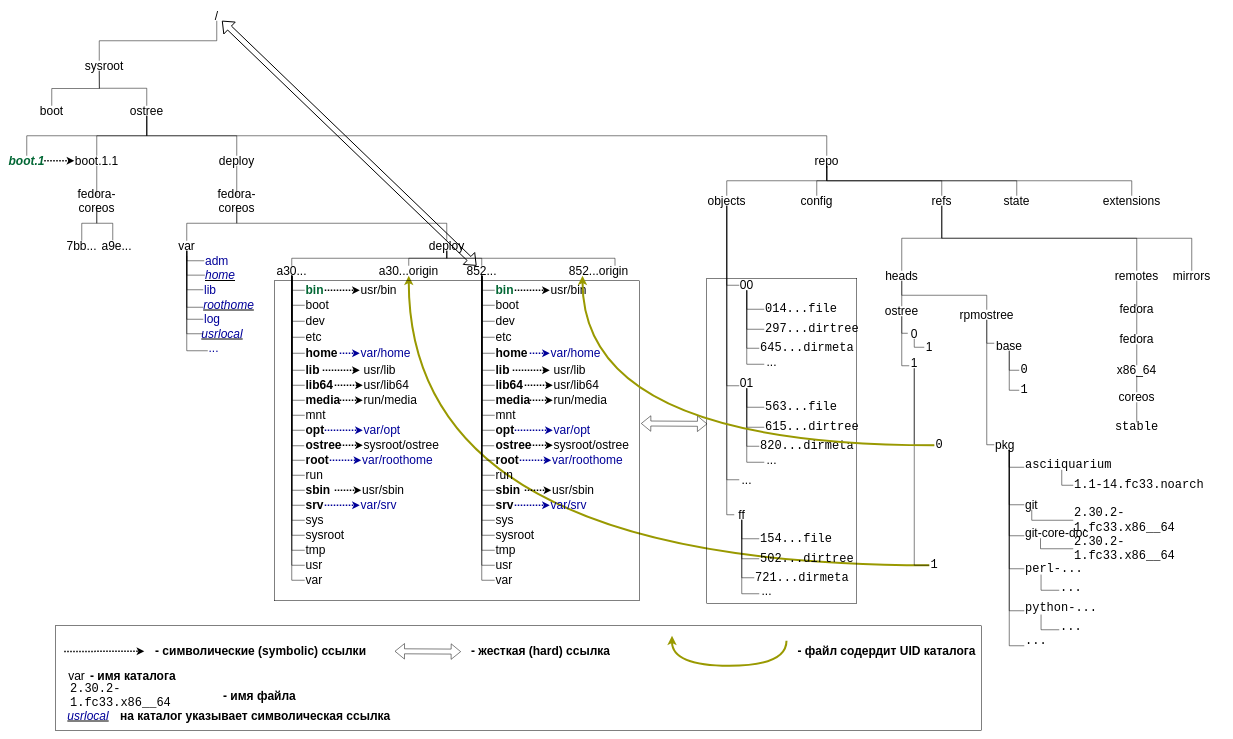
Above: Images/rootTree.drawio in kafnevod/ALT-CoreOs (draw.io), before the change. Source tidied: cells renumbered, new cells numbered last; positions are measured from the earlier drawing's top-left corner, leaving out a move shared by most shapes. Both pictures are drawn from the tidied source at 50%, with x=0, y=0 at pixel (9, 10).
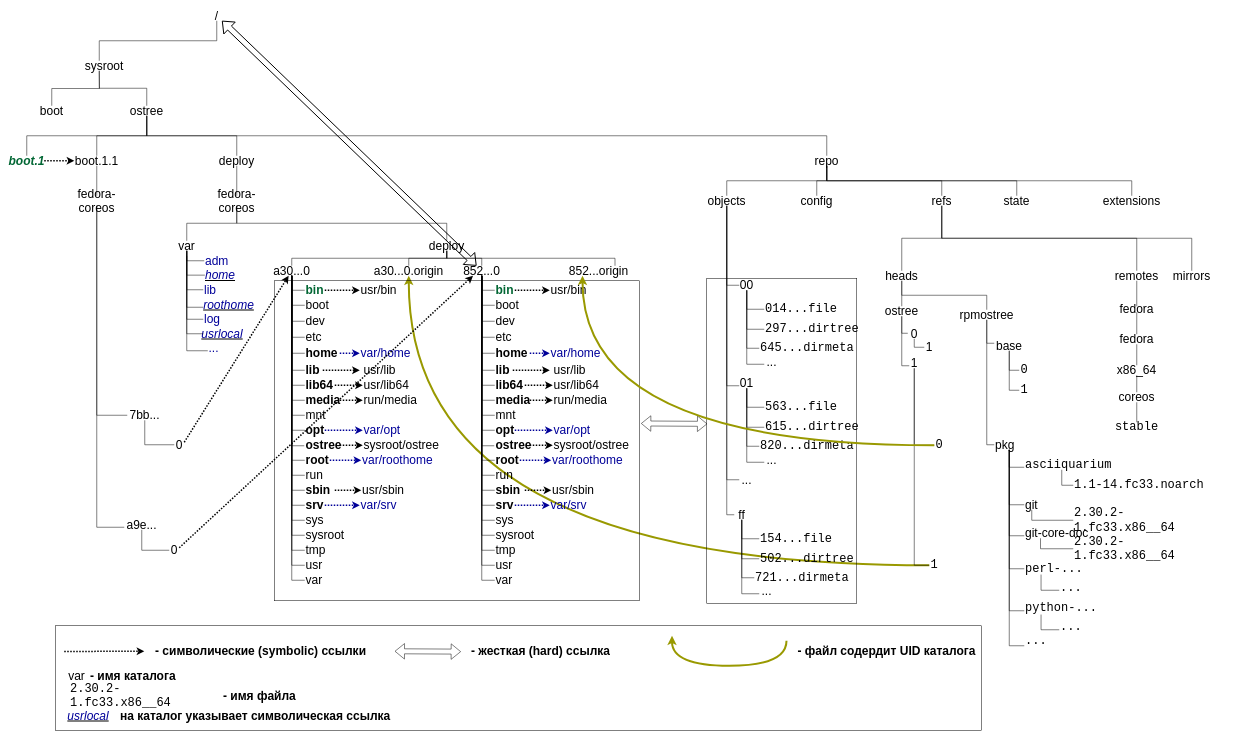
The same diagram, later.

Unchanged cells that the change refers to:
```xml
<mxCell id="17" value="&lt;font style=&quot;font-size: 24px&quot;&gt;fedora-coreos&lt;/font&gt;" style="text;html=1;strokeColor=none;fillColor=none;align=center;verticalAlign=middle;whiteSpace=wrap;rounded=0;" parent="1" vertex="1">
  <mxGeometry x="140" y="370" width="70" height="20" as="geometry" />
</mxCell>
```

Change to the diagram source:
```diff
@@
-    <mxCell id="19" value="&lt;font style=&quot;font-size: 24px&quot;&gt;7bb...&lt;/font&gt;" style="text;html=1;strokeColor=none;fillColor=none;align=center;verticalAlign=middle;whiteSpace=wrap;rounded=0;" parent="1" vertex="1">
-      <mxGeometry x="110" y="460" width="70" height="20" as="geometry" />
+    <mxCell id="19" value="&lt;font style=&quot;font-size: 24px&quot;&gt;7bb...&lt;/font&gt;" style="text;html=1;strokeColor=none;fillColor=none;align=center;verticalAlign=middle;whiteSpace=wrap;rounded=0;flipH=1;" parent="1" vertex="1">
+      <mxGeometry x="236" y="799" width="70" height="20" as="geometry" />
     </mxCell>
     <mxCell id="20" value="&lt;font style=&quot;font-size: 24px&quot;&gt;a9e...&lt;/font&gt;" style="text;html=1;strokeColor=none;fillColor=none;align=center;verticalAlign=middle;whiteSpace=wrap;rounded=0;" parent="1" vertex="1">
-      <mxGeometry x="180" y="460" width="70" height="20" as="geometry" />
+      <mxGeometry x="230" y="1018" width="70" height="20" as="geometry" />
     </mxCell>
-    <mxCell id="21" style="endArrow=none;html=1;shadow=0;strokeWidth=1;exitX=0.5;exitY=0;exitDx=0;exitDy=0;edgeStyle=orthogonalEdgeStyle;rounded=0;" parent="1" edge="1" source="19" target="17">
+    <mxCell id="21" style="endArrow=none;html=1;shadow=0;strokeWidth=1;exitX=0;exitY=0.5;exitDx=0;exitDy=0;edgeStyle=orthogonalEdgeStyle;rounded=0;" parent="1" edge="1" source="19" target="17">
       <mxGeometry relative="1" as="geometry" />
     </mxCell>
-    <mxCell id="22" style="endArrow=none;html=1;shadow=0;strokeWidth=1;exitX=0.386;exitY=-0.05;exitDx=0;exitDy=0;edgeStyle=orthogonalEdgeStyle;rounded=0;exitPerimeter=0;" parent="1" edge="1" source="20" target="17">
+    <mxCell id="22" style="endArrow=none;html=1;shadow=0;strokeWidth=1;exitX=0;exitY=0.75;exitDx=0;exitDy=0;edgeStyle=orthogonalEdgeStyle;rounded=0;" parent="1" edge="1" source="20" target="17">
       <mxGeometry relative="1" as="geometry" />
     </mxCell>
@@
-    <mxCell id="47" value="&lt;font style=&quot;font-size: 24px&quot;&gt;a30...&lt;/font&gt;" style="text;html=1;strokeColor=none;fillColor=none;align=center;verticalAlign=middle;whiteSpace=wrap;rounded=0;" parent="1" vertex="1">
+    <mxCell id="47" value="&lt;font style=&quot;font-size: 24px&quot;&gt;a30...0&lt;/font&gt;" style="text;html=1;strokeColor=none;fillColor=none;align=center;verticalAlign=middle;whiteSpace=wrap;rounded=0;" parent="1" vertex="1">
       <mxGeometry x="530" y="510" width="70" height="20" as="geometry" />
     </mxCell>
-    <mxCell id="48" value="&lt;font style=&quot;font-size: 24px&quot;&gt;a30...origin&lt;/font&gt;" style="text;html=1;strokeColor=none;fillColor=none;align=center;verticalAlign=middle;whiteSpace=wrap;rounded=0;" parent="1" vertex="1">
+    <mxCell id="48" value="&lt;font style=&quot;font-size: 24px&quot;&gt;a30...0.origin&lt;/font&gt;" style="text;html=1;strokeColor=none;fillColor=none;align=center;verticalAlign=middle;whiteSpace=wrap;rounded=0;" parent="1" vertex="1">
       <mxGeometry x="734" y="510" width="130" height="20" as="geometry" />
     </mxCell>
@@
-    <mxCell id="112" value="&lt;font style=&quot;font-size: 24px&quot;&gt;852...&lt;/font&gt;" style="text;html=1;strokeColor=none;fillColor=none;align=center;verticalAlign=middle;whiteSpace=wrap;rounded=0;" parent="1" vertex="1">
+    <mxCell id="112" value="&lt;font style=&quot;font-size: 24px&quot;&gt;852...0&lt;/font&gt;" style="text;html=1;strokeColor=none;fillColor=none;align=center;verticalAlign=middle;whiteSpace=wrap;rounded=0;" parent="1" vertex="1">
       <mxGeometry x="910" y="510" width="70" height="20" as="geometry" />
     </mxCell>
@@
+    <mxCell id="294" value="&lt;font style=&quot;font-size: 24px&quot;&gt;0&lt;/font&gt;" style="text;html=1;strokeColor=none;fillColor=none;align=center;verticalAlign=middle;whiteSpace=wrap;rounded=0;" parent="1" vertex="1">
+      <mxGeometry x="330" y="858" width="20" height="20" as="geometry" />
+    </mxCell>
+    <mxCell id="295" value="&lt;font style=&quot;font-size: 24px&quot;&gt;0&lt;/font&gt;" style="text;html=1;strokeColor=none;fillColor=none;align=center;verticalAlign=middle;whiteSpace=wrap;rounded=0;" parent="1" vertex="1">
+      <mxGeometry x="320" y="1069" width="20" height="20" as="geometry" />
+    </mxCell>
+    <mxCell id="296" style="endArrow=none;html=1;shadow=0;strokeColor=#000000;strokeWidth=1;exitX=0;exitY=0.5;exitDx=0;exitDy=0;edgeStyle=orthogonalEdgeStyle;rounded=0;" parent="1" edge="1" source="294" target="19">
+      <mxGeometry relative="1" as="geometry" />
+    </mxCell>
+    <mxCell id="297" style="endArrow=none;html=1;shadow=0;strokeColor=#000000;strokeWidth=1;entryX=0;entryY=0.5;entryDx=0;entryDy=0;edgeStyle=orthogonalEdgeStyle;rounded=0;" parent="1" edge="1" source="20" target="295">
+      <mxGeometry relative="1" as="geometry">
+        <Array as="points">
+          <mxPoint x="265" y="1079" />
+        </Array>
+      </mxGeometry>
+    </mxCell>
+    <mxCell id="298" style="endArrow=classic;html=1;exitX=1;exitY=0.25;exitDx=0;exitDy=0;shadow=0;dashed=1;dashPattern=1 1;strokeWidth=3;" parent="1" edge="1" source="294" target="47">
+      <mxGeometry relative="1" as="geometry" />
+    </mxCell>
+    <mxCell id="299" style="endArrow=classic;html=1;exitX=1;exitY=0.25;exitDx=0;exitDy=0;shadow=0;dashed=1;dashPattern=1 1;strokeWidth=3;entryX=0.25;entryY=1;entryDx=0;entryDy=0;" parent="1" edge="1" source="295" target="112">
+      <mxGeometry relative="1" as="geometry" />
+    </mxCell>
```
